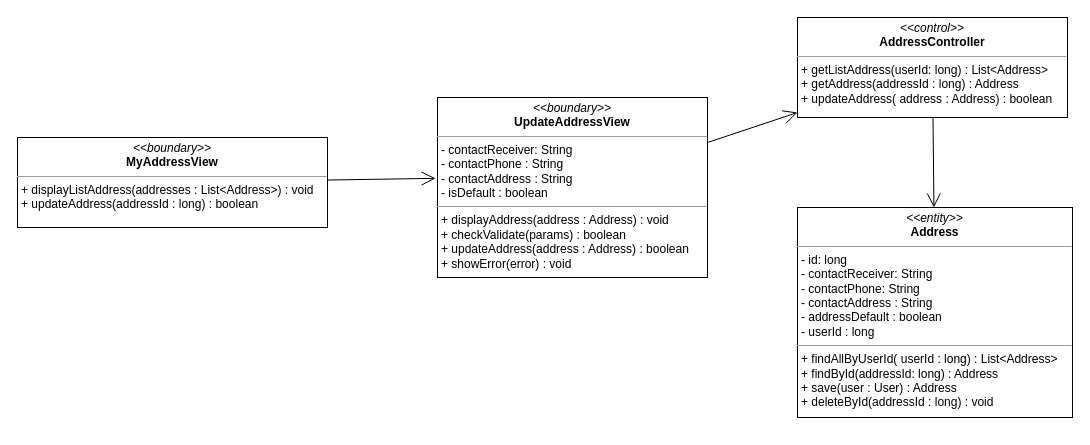
The draw.io diagram class diagram/update-address-class-diagram.drawio in nguyenphamvan/datn_20202, before the edit. Source tidied: cells renumbered, new cells numbered last; positions are measured from the earlier drawing's top-left corner, leaving out a move shared by most shapes. Both pictures are drawn from the tidied source at 100%, with x=0, y=0 at pixel (17, 17).
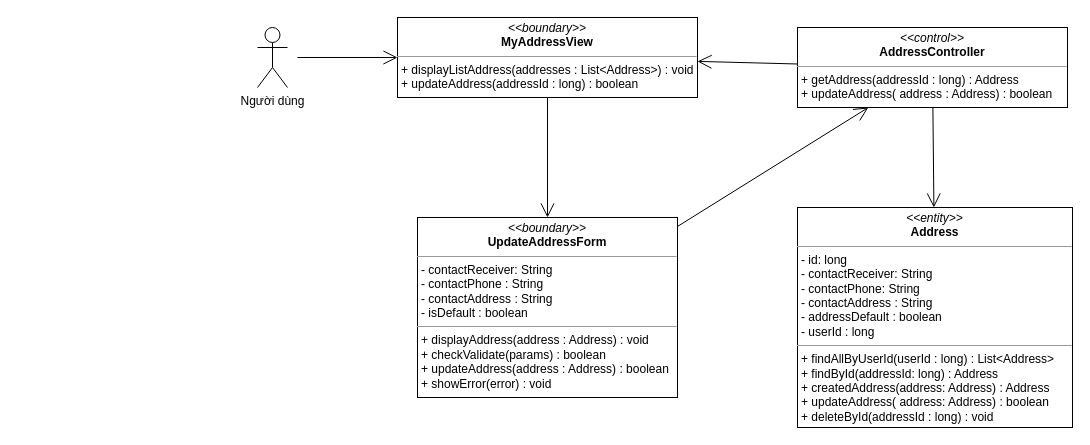
The same diagram, later.

Change to the diagram source:
```diff
@@
 <mxGraphModel>
   <root>
     <mxCell id="0" />
     <mxCell id="1" parent="0" />
-    <mxCell id="2" style="endArrow=open;endFill=1;endSize=12;html=1;entryX=-0.007;entryY=0.449;entryDx=0;entryDy=0;entryPerimeter=0;" parent="1" edge="1" source="8" target="6">
+    <mxCell id="2" style="endArrow=open;endFill=1;endSize=12;html=1;" parent="1" edge="1" source="8" target="6">
       <mxGeometry relative="1" as="geometry" />
     </mxCell>
-    <mxCell id="3" value="&lt;p style=&quot;margin: 0px ; margin-top: 4px ; text-align: center&quot;&gt;&lt;i&gt;&amp;lt;&amp;lt;entity&amp;gt;&amp;gt;&lt;/i&gt;&lt;br&gt;&lt;b&gt;Address&lt;/b&gt;&lt;/p&gt;&lt;hr size=&quot;1&quot;&gt;&lt;p style=&quot;margin: 0px ; margin-left: 4px&quot;&gt;- id: long&lt;/p&gt;&lt;p style=&quot;margin: 0px ; margin-left: 4px&quot;&gt;- contactReceiver: String&lt;br&gt;- contactPhone: String&lt;/p&gt;&lt;p style=&quot;margin: 0px ; margin-left: 4px&quot;&gt;- contactAddress : String&lt;/p&gt;&lt;p style=&quot;margin: 0px ; margin-left: 4px&quot;&gt;- addressDefault : boolean&lt;/p&gt;&lt;p style=&quot;margin: 0px ; margin-left: 4px&quot;&gt;- userId : long&lt;/p&gt;&lt;hr size=&quot;1&quot;&gt;&lt;p style=&quot;margin: 0px 0px 0px 4px&quot;&gt;+ findAllByUserId( userId : long) : List&amp;lt;Address&amp;gt;&lt;/p&gt;&lt;p style=&quot;margin: 0px 0px 0px 4px&quot;&gt;+ findById(addressId: long) : Address&lt;/p&gt;&lt;p style=&quot;margin: 0px 0px 0px 4px&quot;&gt;+ save(user : User) : Address&lt;/p&gt;&lt;p style=&quot;margin: 0px 0px 0px 4px&quot;&gt;+ deleteById(addressId : long) : void&lt;/p&gt;" style="verticalAlign=top;align=left;overflow=fill;fontSize=12;fontFamily=Helvetica;html=1;" parent="1" vertex="1">
-      <mxGeometry x="780" y="190" width="275" height="210" as="geometry" />
+    <mxCell id="3" value="&lt;p style=&quot;margin: 0px ; margin-top: 4px ; text-align: center&quot;&gt;&lt;i&gt;&amp;lt;&amp;lt;entity&amp;gt;&amp;gt;&lt;/i&gt;&lt;br&gt;&lt;b&gt;Address&lt;/b&gt;&lt;/p&gt;&lt;hr size=&quot;1&quot;&gt;&lt;p style=&quot;margin: 0px ; margin-left: 4px&quot;&gt;- id: long&lt;/p&gt;&lt;p style=&quot;margin: 0px ; margin-left: 4px&quot;&gt;- contactReceiver: String&lt;br&gt;- contactPhone: String&lt;/p&gt;&lt;p style=&quot;margin: 0px ; margin-left: 4px&quot;&gt;- contactAddress : String&lt;/p&gt;&lt;p style=&quot;margin: 0px ; margin-left: 4px&quot;&gt;- addressDefault : boolean&lt;/p&gt;&lt;p style=&quot;margin: 0px ; margin-left: 4px&quot;&gt;- userId : long&lt;/p&gt;&lt;hr size=&quot;1&quot;&gt;&lt;p style=&quot;margin: 0px 0px 0px 4px&quot;&gt;+ findAllByUserId(userId : long) : List&amp;lt;Address&amp;gt;&lt;/p&gt;&lt;p style=&quot;margin: 0px 0px 0px 4px&quot;&gt;+ findById(addressId: long) : Address&lt;/p&gt;&lt;p style=&quot;margin: 0px 0px 0px 4px&quot;&gt;+ createdAddress(address: Address) : Address&lt;/p&gt;&lt;p style=&quot;margin: 0px 0px 0px 4px&quot;&gt;+ updateAddress( address: Address) : boolean&lt;/p&gt;&lt;p style=&quot;margin: 0px 0px 0px 4px&quot;&gt;+ deleteById(addressId : long) : void&lt;/p&gt;" style="verticalAlign=top;align=left;overflow=fill;fontSize=12;fontFamily=Helvetica;html=1;" parent="1" vertex="1">
+      <mxGeometry x="780" y="190" width="275" height="220" as="geometry" />
     </mxCell>
-    <mxCell id="4" value="&lt;p style=&quot;margin: 0px ; margin-top: 4px ; text-align: center&quot;&gt;&lt;i&gt;&amp;lt;&amp;lt;control&amp;gt;&amp;gt;&lt;/i&gt;&lt;br&gt;&lt;b&gt;AddressController&lt;/b&gt;&lt;br&gt;&lt;/p&gt;&lt;hr size=&quot;1&quot;&gt;&lt;p style=&quot;margin: 0px ; margin-left: 4px&quot;&gt;&lt;/p&gt;&lt;p style=&quot;margin: 0px 0px 0px 4px&quot;&gt;+ getListAddress(userId: long) : List&amp;lt;Address&amp;gt;&lt;br&gt;&lt;/p&gt;&lt;p style=&quot;margin: 0px 0px 0px 4px&quot;&gt;+ getAddress(addressId : long) : Address&lt;/p&gt;&lt;p style=&quot;margin: 0px 0px 0px 4px&quot;&gt;+ updateAddress( address : Address) : boolean&lt;/p&gt;" style="verticalAlign=top;align=left;overflow=fill;fontSize=12;fontFamily=Helvetica;html=1;" parent="1" vertex="1">
-      <mxGeometry x="780" width="270" height="100" as="geometry" />
+    <mxCell id="4" value="&lt;p style=&quot;margin: 0px ; margin-top: 4px ; text-align: center&quot;&gt;&lt;i&gt;&amp;lt;&amp;lt;control&amp;gt;&amp;gt;&lt;/i&gt;&lt;br&gt;&lt;b&gt;AddressController&lt;/b&gt;&lt;br&gt;&lt;/p&gt;&lt;hr size=&quot;1&quot;&gt;&lt;p style=&quot;margin: 0px ; margin-left: 4px&quot;&gt;&lt;/p&gt;&lt;p style=&quot;margin: 0px 0px 0px 4px&quot;&gt;&lt;span&gt;+ getAddress(addressId : long) : Address&lt;/span&gt;&lt;br&gt;&lt;/p&gt;&lt;p style=&quot;margin: 0px 0px 0px 4px&quot;&gt;+ updateAddress( address : Address) : boolean&lt;/p&gt;" style="verticalAlign=top;align=left;overflow=fill;fontSize=12;fontFamily=Helvetica;html=1;" parent="1" vertex="1">
+      <mxGeometry x="780" y="10" width="270" height="80" as="geometry" />
     </mxCell>
     <mxCell id="5" style="endArrow=open;endFill=1;endSize=12;html=1;" parent="1" edge="1" source="4" target="3">
       <mxGeometry relative="1" as="geometry" />
     </mxCell>
-    <mxCell id="6" value="&lt;p style=&quot;margin: 0px ; margin-top: 4px ; text-align: center&quot;&gt;&lt;i&gt;&amp;lt;&amp;lt;boundary&amp;gt;&amp;gt;&lt;/i&gt;&lt;br&gt;&lt;b&gt;UpdateAddressView&lt;/b&gt;&lt;/p&gt;&lt;hr size=&quot;1&quot;&gt;&lt;p style=&quot;margin: 0px ; margin-left: 4px&quot;&gt;- contactReceiver: String&lt;br&gt;- contactPhone : String&lt;/p&gt;&lt;p style=&quot;margin: 0px ; margin-left: 4px&quot;&gt;- contactAddress : String&lt;/p&gt;&lt;p style=&quot;margin: 0px ; margin-left: 4px&quot;&gt;- isDefault : boolean&lt;/p&gt;&lt;hr size=&quot;1&quot;&gt;&lt;p style=&quot;margin: 0px 0px 0px 4px&quot;&gt;+ displayAddress(address : Address) : void&lt;/p&gt;&lt;p style=&quot;margin: 0px 0px 0px 4px&quot;&gt;+ checkValidate(params) : boolean&lt;/p&gt;&lt;p style=&quot;margin: 0px 0px 0px 4px&quot;&gt;+ updateAddress(address : Address) : boolean&lt;/p&gt;&lt;p style=&quot;margin: 0px 0px 0px 4px&quot;&gt;+ showError(error) : void&lt;/p&gt;" style="verticalAlign=top;align=left;overflow=fill;fontSize=12;fontFamily=Helvetica;html=1;" parent="1" vertex="1">
-      <mxGeometry x="420" y="80" width="270" height="180" as="geometry" />
+    <mxCell id="6" value="&lt;p style=&quot;margin: 0px ; margin-top: 4px ; text-align: center&quot;&gt;&lt;i&gt;&amp;lt;&amp;lt;boundary&amp;gt;&amp;gt;&lt;/i&gt;&lt;br&gt;&lt;b&gt;UpdateAddressForm&lt;/b&gt;&lt;/p&gt;&lt;hr size=&quot;1&quot;&gt;&lt;p style=&quot;margin: 0px ; margin-left: 4px&quot;&gt;- contactReceiver: String&lt;br&gt;- contactPhone : String&lt;/p&gt;&lt;p style=&quot;margin: 0px ; margin-left: 4px&quot;&gt;- contactAddress : String&lt;/p&gt;&lt;p style=&quot;margin: 0px ; margin-left: 4px&quot;&gt;- isDefault : boolean&lt;/p&gt;&lt;hr size=&quot;1&quot;&gt;&lt;p style=&quot;margin: 0px 0px 0px 4px&quot;&gt;+ displayAddress(address : Address) : void&lt;/p&gt;&lt;p style=&quot;margin: 0px 0px 0px 4px&quot;&gt;+ checkValidate(params) : boolean&lt;/p&gt;&lt;p style=&quot;margin: 0px 0px 0px 4px&quot;&gt;+ updateAddress(address : Address) : boolean&lt;/p&gt;&lt;p style=&quot;margin: 0px 0px 0px 4px&quot;&gt;+ showError(error) : void&lt;/p&gt;" style="verticalAlign=top;align=left;overflow=fill;fontSize=12;fontFamily=Helvetica;html=1;" parent="1" vertex="1">
+      <mxGeometry x="400" y="200" width="260" height="180" as="geometry" />
     </mxCell>
     <mxCell id="7" style="endArrow=open;endFill=1;endSize=12;html=1;" parent="1" edge="1" source="6" target="4">
       <mxGeometry relative="1" as="geometry" />
     </mxCell>
     <mxCell id="8" value="&lt;p style=&quot;margin: 0px ; margin-top: 4px ; text-align: center&quot;&gt;&lt;i&gt;&amp;lt;&amp;lt;boundary&amp;gt;&amp;gt;&lt;/i&gt;&lt;br&gt;&lt;b&gt;MyAddressView&lt;/b&gt;&lt;/p&gt;&lt;hr size=&quot;1&quot;&gt;&lt;p style=&quot;margin: 0px ; margin-left: 4px&quot;&gt;&lt;span&gt;+ displayListAddress(addresses : List&amp;lt;Address&amp;gt;) : void&lt;/span&gt;&lt;/p&gt;&lt;p style=&quot;margin: 0px 0px 0px 4px&quot;&gt;+ updateAddress(addressId : long) : boolean&lt;/p&gt;" style="verticalAlign=top;align=left;overflow=fill;fontSize=12;fontFamily=Helvetica;html=1;" parent="1" vertex="1">
-      <mxGeometry y="120" width="310" height="90" as="geometry" />
+      <mxGeometry x="380" width="300" height="80" as="geometry" />
     </mxCell>
+    <mxCell id="9" value="Người dùng" style="shape=umlActor;verticalLabelPosition=bottom;verticalAlign=top;html=1;" parent="1" vertex="1">
+      <mxGeometry x="240" y="10" width="30" height="60" as="geometry" />
+    </mxCell>
+    <mxCell id="10" style="endArrow=open;endFill=1;endSize=12;html=1;" parent="1" edge="1" target="8">
+      <mxGeometry relative="1" as="geometry">
+        <mxPoint x="280" y="40" as="sourcePoint" />
+      </mxGeometry>
+    </mxCell>
+    <mxCell id="11" style="endArrow=open;endFill=1;endSize=12;html=1;" parent="1" edge="1" source="4" target="8">
+      <mxGeometry relative="1" as="geometry" />
+    </mxCell>
   </root>
 </mxGraphModel>
```
